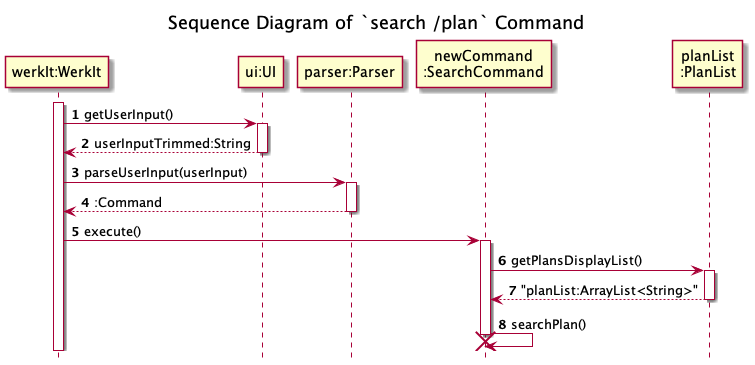
Earlier version of the PlantUML export docs/uml/sequenceDiagrams/search/images/searchPlan.png (nus-cs2113-AY2122S2/tp).
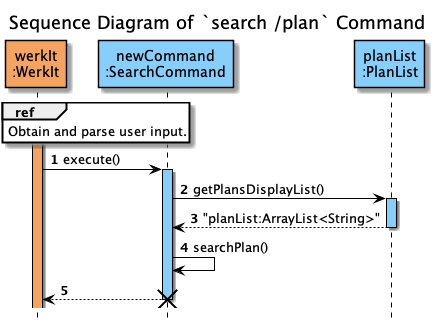
The same diagram one commit later.

Change to the diagram source:
```diff
@@ -5,33 +5,30 @@
 
 title Sequence Diagram of `search /plan` Command
 
-participant "werkIt:WerkIt" AS WerkIt
-participant "ui:UI" AS UI1
-participant "parser:Parser" AS Parser
-participant "newCommand\n:SearchCommand" AS newCommand
-participant "planList\n:PlanList" AS PlanList
+participant "werkIt\n:WerkIt" AS WerkIt #Sandybrown
 
-activate WerkIt
-WerkIt -> UI1 : getUserInput()
-activate UI1
-WerkIt <-- UI1 : userInputTrimmed:String
-deactivate UI1
+ref over WerkIt
+Obtain and parse user input.
+end
 
-WerkIt -> Parser : parseUserInput(userInput)
-activate Parser
-WerkIt <-- Parser : :Command
-deactivate Parser
+
+participant "newCommand\n:SearchCommand" AS newCommand #LightSkyBlue
+participant "planList\n:PlanList" AS PlanList #LightSkyBlue
+
+activate WerkIt #Sandybrown
 
 WerkIt -> newCommand : execute()
-activate newCommand
+activate newCommand #LightSkyBlue
 newCommand -> PlanList : getPlansDisplayList()
-activate PlanList
+activate PlanList #LightSkyBlue
 
 newCommand <-- PlanList : "planList:ArrayList<String>"
 deactivate PlanList
 
 newCommand -> newCommand : searchPlan()
 
+newCommand --> WerkIt
+
 deactivate newCommand
 
 destroy newCommand
```
